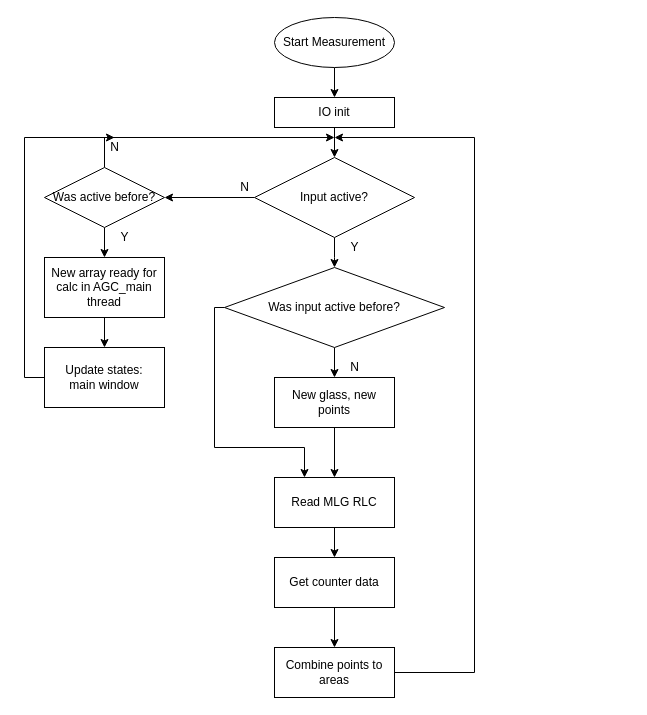
Earlier version of the draw.io diagram page "Measuring" (6 of 6) of Inspection Platform Dataflow.drawio (megavad/Diagrams). Source tidied: cells renumbered, new cells numbered last; positions are measured from the earlier drawing's top-left corner, leaving out a move shared by most shapes. Both pictures are drawn from the tidied source at 100%, with x=0, y=0 at pixel (24, 17).
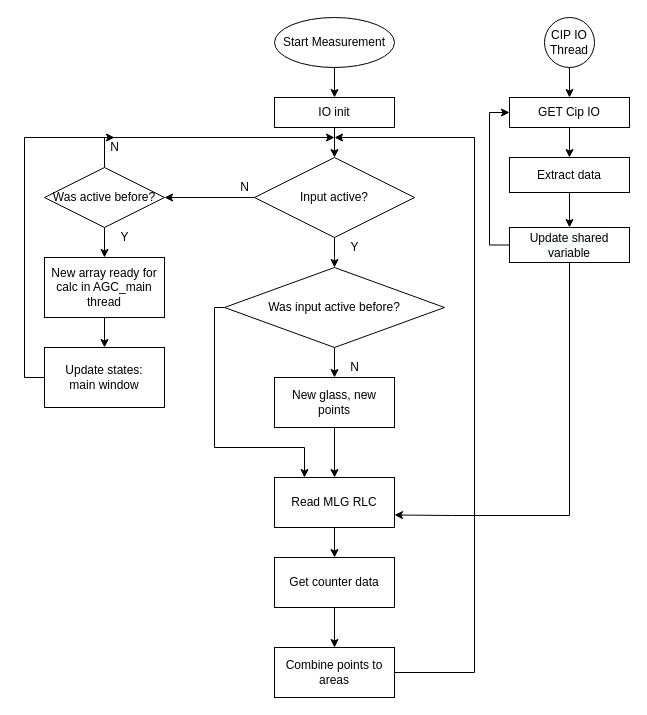
After the change.

The change refers to these unchanged cells:
```xml
<mxCell id="17" value="Read MLG RLC" style="rounded=0;whiteSpace=wrap;html=1;" parent="1" vertex="1">
  <mxGeometry x="250" y="460" width="120" height="50" as="geometry" />
</mxCell>
```

The edit, as a diff of the source:
```diff
@@
+    <mxCell id="32" style="edgeStyle=orthogonalEdgeStyle;rounded=0;jettySize=auto;html=1;" parent="1" edge="1" source="33" target="35">
+      <mxGeometry relative="1" as="geometry" />
+    </mxCell>
+    <mxCell id="33" value="CIP IO&lt;br&gt;Thread" style="ellipse;whiteSpace=wrap;html=1;" parent="1" vertex="1">
+      <mxGeometry x="520" width="50" height="50" as="geometry" />
+    </mxCell>
+    <mxCell id="34" style="edgeStyle=orthogonalEdgeStyle;rounded=0;jettySize=auto;html=1;" parent="1" edge="1" source="35" target="37">
+      <mxGeometry relative="1" as="geometry" />
+    </mxCell>
+    <mxCell id="35" value="GET Cip IO" style="rounded=0;whiteSpace=wrap;html=1;" parent="1" vertex="1">
+      <mxGeometry x="485" y="80" width="120" height="30" as="geometry" />
+    </mxCell>
+    <mxCell id="36" style="edgeStyle=orthogonalEdgeStyle;rounded=0;jettySize=auto;html=1;" parent="1" edge="1" source="37" target="40">
+      <mxGeometry relative="1" as="geometry" />
+    </mxCell>
+    <mxCell id="37" value="Extract data" style="whiteSpace=wrap;html=1;rounded=0;" parent="1" vertex="1">
+      <mxGeometry x="485" y="140" width="120" height="35" as="geometry" />
+    </mxCell>
+    <mxCell id="38" style="edgeStyle=orthogonalEdgeStyle;rounded=0;jettySize=auto;html=1;entryX=0;entryY=0.5;entryDx=0;entryDy=0;" parent="1" edge="1" source="40" target="35">
+      <mxGeometry relative="1" as="geometry">
+        <Array as="points">
+          <mxPoint x="465" y="228" />
+          <mxPoint x="465" y="95" />
+        </Array>
+      </mxGeometry>
+    </mxCell>
+    <mxCell id="39" style="edgeStyle=orthogonalEdgeStyle;rounded=0;jettySize=auto;html=1;entryX=1;entryY=0.75;entryDx=0;entryDy=0;" parent="1" edge="1" source="40" target="17">
+      <mxGeometry relative="1" as="geometry">
+        <Array as="points">
+          <mxPoint x="545" y="498" />
+          <mxPoint x="428" y="498" />
+        </Array>
+      </mxGeometry>
+    </mxCell>
+    <mxCell id="40" value="&#10;&#10;&lt;span style=&quot;color: rgb(0, 0, 0); font-family: helvetica; font-size: 12px; font-style: normal; font-weight: 400; letter-spacing: normal; text-align: center; text-indent: 0px; text-transform: none; word-spacing: 0px; background-color: rgb(248, 249, 250); display: inline; float: none;&quot;&gt;Update shared variable&lt;/span&gt;&#10;&#10;" style="whiteSpace=wrap;html=1;rounded=0;" parent="1" vertex="1">
+      <mxGeometry x="485" y="210" width="120" height="35" as="geometry" />
+    </mxCell>
```
